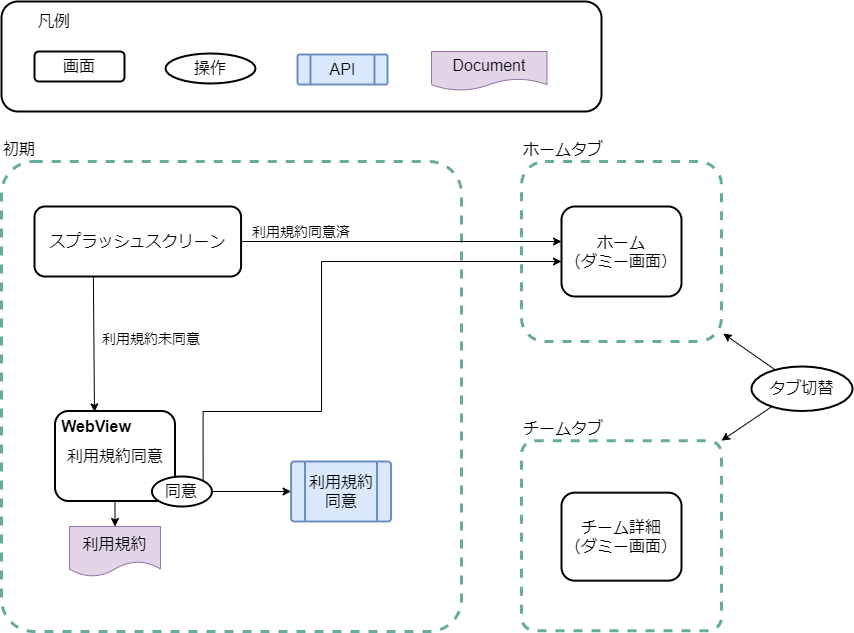
The draw.io diagram website/docs/react-native/santoku/design/screen-transitions/screen-transitions.drawio.png in Fintan-contents/mobile-app-crib-notes, before a commit. Source tidied: cells renumbered, new cells last; positions are measured from the earlier drawing's top-left corner, leaving out a move shared by most shapes. Its diagram source:
```xml
<mxGraphModel>
  <root>
    <mxCell id="0" />
    <mxCell id="1" parent="0" />
    <mxCell id="2" style="rounded=0;jettySize=auto;html=1;startArrow=none;startFill=1;fontSize=16;entryX=1;entryY=0;entryDx=0;entryDy=0;" parent="1" edge="1" target="12">
      <mxGeometry relative="1" as="geometry">
        <mxPoint x="792.8" y="390" as="sourcePoint" />
      </mxGeometry>
    </mxCell>
    <mxCell id="3" value="ホームタブ" style="rounded=1;whiteSpace=wrap;html=1;labelPosition=center;verticalLabelPosition=top;align=left;verticalAlign=bottom;dashed=1;strokeWidth=3;strokeColor=#67AB9F;fillColor=none;arcSize=13;fontSize=16;" parent="1" vertex="1">
      <mxGeometry x="520" y="160" width="200" height="180" as="geometry" />
    </mxCell>
    <mxCell id="4" style="rounded=1;whiteSpace=wrap;html=1;strokeColor=#000000;strokeWidth=2;align=right;labelPosition=left;verticalLabelPosition=top;verticalAlign=bottom;fontSize=16;" parent="1" vertex="1">
      <mxGeometry width="600" height="110" as="geometry" />
    </mxCell>
    <mxCell id="5" value="初期&lt;br style=&quot;font-size: 16px;&quot;&gt;" style="rounded=1;whiteSpace=wrap;html=1;labelPosition=center;verticalLabelPosition=top;align=left;verticalAlign=bottom;dashed=1;strokeWidth=3;strokeColor=#67AB9F;fillColor=none;arcSize=7;fontSize=16;" parent="1" vertex="1">
      <mxGeometry y="160" width="460" height="470" as="geometry" />
    </mxCell>
    <mxCell id="6" style="edgeStyle=none;rounded=0;jettySize=auto;html=1;exitX=0.285;exitY=0.992;exitDx=0;exitDy=0;fontSize=16;entryX=0.329;entryY=0.01;entryDx=0;entryDy=0;entryPerimeter=0;exitPerimeter=0;" parent="1" edge="1" source="8" target="11">
      <mxGeometry relative="1" as="geometry" />
    </mxCell>
    <mxCell id="7" style="edgeStyle=orthogonalEdgeStyle;rounded=0;jettySize=auto;html=1;exitX=1;exitY=0.5;exitDx=0;exitDy=0;" parent="1" edge="1" source="8">
      <mxGeometry relative="1" as="geometry">
        <mxPoint x="560" y="240" as="targetPoint" />
      </mxGeometry>
    </mxCell>
    <mxCell id="8" value="スプラッシュスクリーン" style="rounded=1;whiteSpace=wrap;html=1;strokeWidth=2;fontSize=16;" parent="1" vertex="1">
      <mxGeometry x="33" y="205" width="206.6" height="70" as="geometry" />
    </mxCell>
    <mxCell id="9" style="edgeStyle=none;rounded=0;jettySize=auto;html=1;entryX=0;entryY=0.5;entryDx=0;entryDy=0;fontSize=16;" parent="1" edge="1" source="19" target="22">
      <mxGeometry relative="1" as="geometry" />
    </mxCell>
    <mxCell id="10" style="edgeStyle=none;rounded=0;jettySize=auto;html=1;endSize=6;startArrow=none;startFill=0;fontSize=16;" parent="1" edge="1" source="11" target="23">
      <mxGeometry relative="1" as="geometry" />
    </mxCell>
    <mxCell id="11" value="利用規約同意" style="rounded=1;whiteSpace=wrap;html=1;strokeWidth=2;fontSize=16;" parent="1" vertex="1">
      <mxGeometry x="53.5" y="409.5" width="120" height="90" as="geometry" />
    </mxCell>
    <mxCell id="12" value="チームタブ" style="rounded=1;whiteSpace=wrap;html=1;labelPosition=center;verticalLabelPosition=top;align=left;verticalAlign=bottom;dashed=1;strokeWidth=3;strokeColor=#67AB9F;fillColor=none;arcSize=7;fontSize=16;" parent="1" vertex="1">
      <mxGeometry x="520" y="439.2" width="200" height="190" as="geometry" />
    </mxCell>
    <mxCell id="13" value="ホーム&lt;br style=&quot;font-size: 16px;&quot;&gt;（ダミー画面）" style="rounded=1;whiteSpace=wrap;html=1;strokeWidth=2;fontSize=16;" parent="1" vertex="1">
      <mxGeometry x="560" y="205" width="120" height="90" as="geometry" />
    </mxCell>
    <mxCell id="14" value="チーム詳細&lt;br style=&quot;font-size: 16px;&quot;&gt;（ダミー画面）" style="rounded=1;whiteSpace=wrap;html=1;strokeWidth=2;fontSize=16;" parent="1" vertex="1">
      <mxGeometry x="560" y="491.2" width="120" height="88" as="geometry" />
    </mxCell>
    <mxCell id="15" value="画面" style="rounded=1;whiteSpace=wrap;html=1;strokeWidth=2;fontSize=16;" parent="1" vertex="1">
      <mxGeometry x="33" y="50" width="90" height="30" as="geometry" />
    </mxCell>
    <mxCell id="16" value="API" style="verticalLabelPosition=middle;verticalAlign=middle;html=1;shape=process;whiteSpace=wrap;rounded=1;size=0.14;arcSize=6;strokeWidth=2;align=center;fillColor=#dae8fc;labelPosition=center;strokeColor=#6c8ebf;fontSize=16;" parent="1" vertex="1">
      <mxGeometry x="296" y="53" width="90" height="30" as="geometry" />
    </mxCell>
    <mxCell id="17" value="凡例" style="text;html=1;strokeColor=none;fillColor=none;align=center;verticalAlign=middle;whiteSpace=wrap;rounded=0;fontSize=16;" parent="1" vertex="1">
      <mxGeometry x="23" y="10" width="60" height="20" as="geometry" />
    </mxCell>
    <mxCell id="18" style="edgeStyle=orthogonalEdgeStyle;rounded=0;jettySize=auto;html=1;exitX=1;exitY=0;exitDx=0;exitDy=0;fontSize=16;" parent="1" edge="1" source="19" target="13">
      <mxGeometry relative="1" as="geometry">
        <Array as="points">
          <mxPoint x="202" y="410" />
          <mxPoint x="320" y="410" />
          <mxPoint x="320" y="260" />
        </Array>
      </mxGeometry>
    </mxCell>
    <mxCell id="19" value="同意" style="ellipse;whiteSpace=wrap;html=1;labelBackgroundColor=#ffffff;fontSize=16;strokeColor=#000000;strokeWidth=2;fillColor=#ffffff;align=center;" parent="1" vertex="1">
      <mxGeometry x="150.4" y="475" width="60" height="30" as="geometry" />
    </mxCell>
    <mxCell id="20" value="WebView" style="text;html=1;align=center;verticalAlign=middle;whiteSpace=wrap;rounded=0;labelBackgroundColor=none;fontSize=16;fontStyle=1;" parent="1" vertex="1">
      <mxGeometry x="75" y="415" width="40" height="20" as="geometry" />
    </mxCell>
    <mxCell id="21" value="操作" style="ellipse;whiteSpace=wrap;html=1;labelBackgroundColor=#ffffff;fontSize=16;strokeColor=#000000;strokeWidth=2;fillColor=#ffffff;align=center;" parent="1" vertex="1">
      <mxGeometry x="164" y="52" width="90" height="30" as="geometry" />
    </mxCell>
    <mxCell id="22" value="利用規約&lt;br style=&quot;font-size: 16px;&quot;&gt;同意" style="verticalLabelPosition=middle;verticalAlign=middle;html=1;shape=process;whiteSpace=wrap;rounded=1;size=0.14;arcSize=6;strokeWidth=2;align=center;fillColor=#dae8fc;labelPosition=center;strokeColor=#6c8ebf;fontSize=16;" parent="1" vertex="1">
      <mxGeometry x="289.6" y="460" width="100" height="60" as="geometry" />
    </mxCell>
    <mxCell id="23" value="利用規約" style="shape=document;whiteSpace=wrap;html=1;boundedLbl=1;fillColor=#e1d5e7;strokeColor=#9673a6;fontSize=16;" parent="1" vertex="1">
      <mxGeometry x="68" y="525" width="91" height="50" as="geometry" />
    </mxCell>
    <mxCell id="24" value="タブ切替" style="ellipse;whiteSpace=wrap;html=1;labelBackgroundColor=#ffffff;fontSize=16;strokeColor=#000000;strokeWidth=2;fillColor=#ffffff;align=center;" parent="1" vertex="1">
      <mxGeometry x="750" y="365" width="101" height="44.5" as="geometry" />
    </mxCell>
    <mxCell id="25" style="rounded=0;jettySize=auto;html=1;startArrow=classic;startFill=1;endArrow=none;fontSize=16;exitX=1.009;exitY=0.956;exitDx=0;exitDy=0;exitPerimeter=0;" parent="1" edge="1" source="3" target="24">
      <mxGeometry relative="1" as="geometry" />
    </mxCell>
    <mxCell id="26" value="Document" style="shape=document;whiteSpace=wrap;html=1;boundedLbl=1;fillColor=#e1d5e7;strokeColor=#9673a6;fontSize=16;" parent="1" vertex="1">
      <mxGeometry x="430" y="50" width="115.5" height="39" as="geometry" />
    </mxCell>
    <mxCell id="27" value="利用規約同意済" style="text;html=1;strokeColor=none;fillColor=none;align=center;verticalAlign=middle;whiteSpace=wrap;rounded=0;fontSize=14;" parent="1" vertex="1">
      <mxGeometry x="239.6" y="215" width="120" height="30" as="geometry" />
    </mxCell>
    <mxCell id="28" value="利用規約未同意" style="text;html=1;strokeColor=none;fillColor=none;align=center;verticalAlign=middle;whiteSpace=wrap;rounded=0;fontSize=14;" parent="1" vertex="1">
      <mxGeometry x="90.4" y="322.2" width="120" height="30" as="geometry" />
    </mxCell>
  </root>
</mxGraphModel>
```
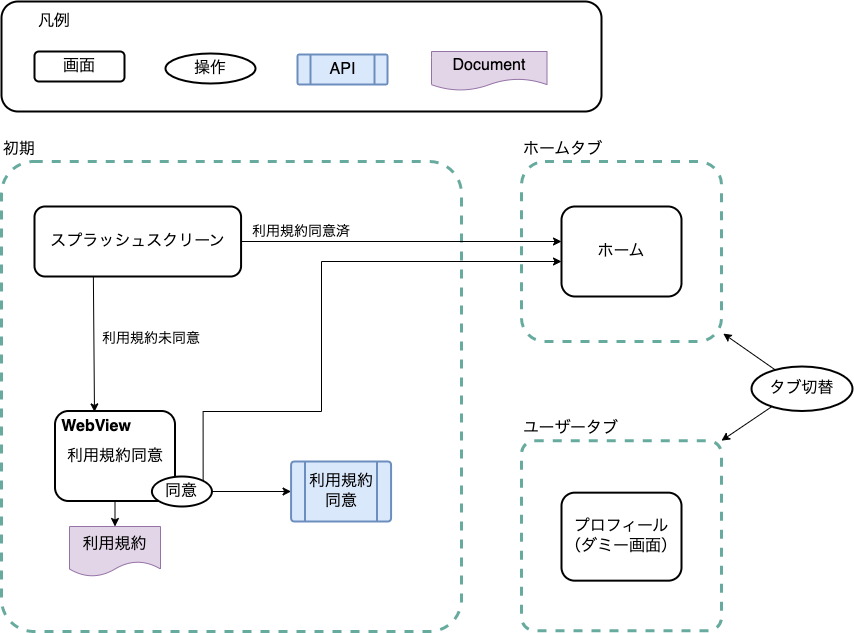
After the change.

What changed in the source:
```diff
@@ -36,13 +36,13 @@
     <mxCell id="11" value="利用規約同意" style="rounded=1;whiteSpace=wrap;html=1;strokeWidth=2;fontSize=16;" parent="1" vertex="1">
       <mxGeometry x="53.5" y="409.5" width="120" height="90" as="geometry" />
     </mxCell>
-    <mxCell id="12" value="チームタブ" style="rounded=1;whiteSpace=wrap;html=1;labelPosition=center;verticalLabelPosition=top;align=left;verticalAlign=bottom;dashed=1;strokeWidth=3;strokeColor=#67AB9F;fillColor=none;arcSize=7;fontSize=16;" parent="1" vertex="1">
+    <mxCell id="12" value="ユーザータブ" style="rounded=1;whiteSpace=wrap;html=1;labelPosition=center;verticalLabelPosition=top;align=left;verticalAlign=bottom;dashed=1;strokeWidth=3;strokeColor=#67AB9F;fillColor=none;arcSize=7;fontSize=16;" parent="1" vertex="1">
       <mxGeometry x="520" y="439.2" width="200" height="190" as="geometry" />
     </mxCell>
-    <mxCell id="13" value="ホーム&lt;br style=&quot;font-size: 16px;&quot;&gt;（ダミー画面）" style="rounded=1;whiteSpace=wrap;html=1;strokeWidth=2;fontSize=16;" parent="1" vertex="1">
+    <mxCell id="13" value="ホーム" style="rounded=1;whiteSpace=wrap;html=1;strokeWidth=2;fontSize=16;" parent="1" vertex="1">
       <mxGeometry x="560" y="205" width="120" height="90" as="geometry" />
     </mxCell>
-    <mxCell id="14" value="チーム詳細&lt;br style=&quot;font-size: 16px;&quot;&gt;（ダミー画面）" style="rounded=1;whiteSpace=wrap;html=1;strokeWidth=2;fontSize=16;" parent="1" vertex="1">
+    <mxCell id="14" value="プロフィール&lt;br style=&quot;font-size: 16px;&quot;&gt;（ダミー画面）" style="rounded=1;whiteSpace=wrap;html=1;strokeWidth=2;fontSize=16;" parent="1" vertex="1">
       <mxGeometry x="560" y="491.2" width="120" height="88" as="geometry" />
     </mxCell>
     <mxCell id="15" value="画面" style="rounded=1;whiteSpace=wrap;html=1;strokeWidth=2;fontSize=16;" parent="1" vertex="1">
```
